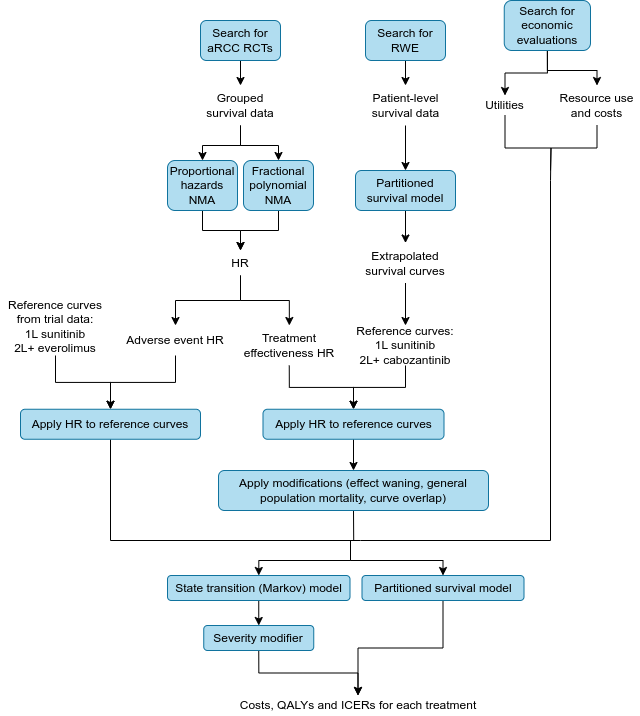
nice-digital/NICE-model-repo keeps this draw.io diagram as docs/images/detailed_overview_vertical.drawio.png. Above is the earlier version. Source tidied: cells renumbered, new cells last; positions are measured from the earlier drawing's top-left corner, leaving out a move shared by most shapes. Its diagram source:
```xml
<mxGraphModel>
  <root>
    <mxCell id="0" />
    <mxCell id="1" parent="0" />
    <mxCell id="2" style="edgeStyle=orthogonalEdgeStyle;rounded=0;jettySize=auto;html=1;exitX=0.5;exitY=1;exitDx=0;exitDy=0;entryX=0.5;entryY=0;entryDx=0;entryDy=0;" parent="1" edge="1" source="3" target="6">
      <mxGeometry relative="1" as="geometry" />
    </mxCell>
    <mxCell id="3" value="Search for aRCC RCTs" style="rounded=1;whiteSpace=wrap;html=1;fillColor=#b1ddf0;strokeColor=#10739e;" parent="1" vertex="1">
      <mxGeometry x="200" y="20" width="80" height="40" as="geometry" />
    </mxCell>
    <mxCell id="4" style="edgeStyle=orthogonalEdgeStyle;rounded=0;jettySize=auto;html=1;exitX=0.5;exitY=1;exitDx=0;exitDy=0;" parent="1" edge="1" source="6" target="8">
      <mxGeometry relative="1" as="geometry" />
    </mxCell>
    <mxCell id="5" style="edgeStyle=orthogonalEdgeStyle;rounded=0;jettySize=auto;html=1;exitX=0.5;exitY=1;exitDx=0;exitDy=0;entryX=0.5;entryY=0;entryDx=0;entryDy=0;" parent="1" edge="1" source="6" target="10">
      <mxGeometry relative="1" as="geometry" />
    </mxCell>
    <mxCell id="6" value="Grouped survival data" style="rounded=1;whiteSpace=wrap;html=1;fillColor=none;strokeColor=none;" parent="1" vertex="1">
      <mxGeometry x="195" y="85" width="90" height="40" as="geometry" />
    </mxCell>
    <mxCell id="7" style="edgeStyle=orthogonalEdgeStyle;rounded=0;jettySize=auto;html=1;exitX=0.5;exitY=1;exitDx=0;exitDy=0;" parent="1" edge="1" source="8" target="13">
      <mxGeometry relative="1" as="geometry" />
    </mxCell>
    <mxCell id="8" value="Proportional hazards NMA" style="rounded=1;whiteSpace=wrap;html=1;fillColor=#b1ddf0;strokeColor=#10739e;" parent="1" vertex="1">
      <mxGeometry x="167" y="160" width="70" height="50" as="geometry" />
    </mxCell>
    <mxCell id="9" style="edgeStyle=orthogonalEdgeStyle;rounded=0;jettySize=auto;html=1;exitX=0.5;exitY=1;exitDx=0;exitDy=0;entryX=0.5;entryY=0;entryDx=0;entryDy=0;" parent="1" edge="1" source="10" target="13">
      <mxGeometry relative="1" as="geometry" />
    </mxCell>
    <mxCell id="10" value="Fractional polynomial NMA" style="rounded=1;whiteSpace=wrap;html=1;fillColor=#b1ddf0;strokeColor=#10739e;" parent="1" vertex="1">
      <mxGeometry x="243" y="160" width="70" height="50" as="geometry" />
    </mxCell>
    <mxCell id="11" style="edgeStyle=orthogonalEdgeStyle;rounded=0;jettySize=auto;html=1;exitX=0.5;exitY=1;exitDx=0;exitDy=0;" parent="1" edge="1" source="13" target="31">
      <mxGeometry relative="1" as="geometry" />
    </mxCell>
    <mxCell id="12" style="edgeStyle=orthogonalEdgeStyle;rounded=0;jettySize=auto;html=1;exitX=0.5;exitY=1;exitDx=0;exitDy=0;" parent="1" edge="1" source="13" target="25">
      <mxGeometry relative="1" as="geometry" />
    </mxCell>
    <mxCell id="13" value="HR" style="rounded=1;whiteSpace=wrap;html=1;fillColor=none;strokeColor=none;" parent="1" vertex="1">
      <mxGeometry x="220" y="250" width="40" height="25" as="geometry" />
    </mxCell>
    <mxCell id="14" style="edgeStyle=orthogonalEdgeStyle;rounded=0;jettySize=auto;html=1;exitX=0.5;exitY=1;exitDx=0;exitDy=0;entryX=0.5;entryY=0;entryDx=0;entryDy=0;" parent="1" edge="1" source="15" target="17">
      <mxGeometry relative="1" as="geometry" />
    </mxCell>
    <mxCell id="15" value="Search for RWE" style="rounded=1;whiteSpace=wrap;html=1;fillColor=#b1ddf0;strokeColor=#10739e;" parent="1" vertex="1">
      <mxGeometry x="365" y="20" width="80" height="40" as="geometry" />
    </mxCell>
    <mxCell id="16" style="edgeStyle=orthogonalEdgeStyle;rounded=0;jettySize=auto;html=1;exitX=0.5;exitY=1;exitDx=0;exitDy=0;entryX=0.5;entryY=0;entryDx=0;entryDy=0;" parent="1" edge="1" source="17" target="19">
      <mxGeometry relative="1" as="geometry" />
    </mxCell>
    <mxCell id="17" value="Patient-level survival data" style="rounded=1;whiteSpace=wrap;html=1;fillColor=none;strokeColor=none;" parent="1" vertex="1">
      <mxGeometry x="362.5" y="85" width="85" height="40" as="geometry" />
    </mxCell>
    <mxCell id="18" style="edgeStyle=orthogonalEdgeStyle;rounded=0;jettySize=auto;html=1;exitX=0.5;exitY=1;exitDx=0;exitDy=0;" parent="1" edge="1" source="19" target="21">
      <mxGeometry relative="1" as="geometry" />
    </mxCell>
    <mxCell id="19" value="Partitioned survival model" style="rounded=1;whiteSpace=wrap;html=1;fillColor=#b1ddf0;strokeColor=#10739e;" parent="1" vertex="1">
      <mxGeometry x="355" y="170" width="100" height="40" as="geometry" />
    </mxCell>
    <mxCell id="20" style="edgeStyle=orthogonalEdgeStyle;rounded=0;jettySize=auto;html=1;exitX=0.5;exitY=1;exitDx=0;exitDy=0;entryX=0.5;entryY=0;entryDx=0;entryDy=0;" parent="1" edge="1" source="21" target="23">
      <mxGeometry relative="1" as="geometry" />
    </mxCell>
    <mxCell id="21" value="Extrapolated survival curves" style="rounded=1;whiteSpace=wrap;html=1;fillColor=none;strokeColor=none;" parent="1" vertex="1">
      <mxGeometry x="355" y="242.5" width="100" height="40" as="geometry" />
    </mxCell>
    <mxCell id="22" style="edgeStyle=orthogonalEdgeStyle;rounded=0;jettySize=auto;html=1;exitX=0.5;exitY=1;exitDx=0;exitDy=0;entryX=0.5;entryY=0;entryDx=0;entryDy=0;" parent="1" edge="1" source="23" target="27">
      <mxGeometry relative="1" as="geometry" />
    </mxCell>
    <mxCell id="23" value="Reference curves:&lt;div&gt;1L sunitinib&lt;/div&gt;&lt;div&gt;2L+ cabozantinib&lt;/div&gt;" style="rounded=1;whiteSpace=wrap;html=1;fillColor=none;strokeColor=none;" parent="1" vertex="1">
      <mxGeometry x="340" y="325" width="130" height="40" as="geometry" />
    </mxCell>
    <mxCell id="24" style="edgeStyle=orthogonalEdgeStyle;rounded=0;jettySize=auto;html=1;exitX=0.5;exitY=1;exitDx=0;exitDy=0;" parent="1" edge="1" source="25" target="27">
      <mxGeometry relative="1" as="geometry" />
    </mxCell>
    <mxCell id="25" value="Treatment effectiveness HR" style="rounded=1;whiteSpace=wrap;html=1;fillColor=none;strokeColor=none;" parent="1" vertex="1">
      <mxGeometry x="233.8" y="325" width="110" height="40" as="geometry" />
    </mxCell>
    <mxCell id="26" style="edgeStyle=orthogonalEdgeStyle;rounded=0;jettySize=auto;html=1;exitX=0.5;exitY=1;exitDx=0;exitDy=0;entryX=0.5;entryY=0;entryDx=0;entryDy=0;" parent="1" edge="1" source="27" target="29">
      <mxGeometry relative="1" as="geometry" />
    </mxCell>
    <mxCell id="27" value="Apply HR to reference curves" style="rounded=1;whiteSpace=wrap;html=1;fillColor=#b1ddf0;strokeColor=#10739e;" parent="1" vertex="1">
      <mxGeometry x="262.5" y="408.8" width="181" height="30" as="geometry" />
    </mxCell>
    <mxCell id="28" style="edgeStyle=orthogonalEdgeStyle;rounded=0;jettySize=auto;html=1;exitX=0.5;exitY=1;exitDx=0;exitDy=0;endArrow=none;endFill=0;" parent="1" edge="1" source="29">
      <mxGeometry relative="1" as="geometry">
        <mxPoint x="353.2" y="540" as="targetPoint" />
      </mxGeometry>
    </mxCell>
    <mxCell id="29" value="Apply modifications (effect waning, general population mortality, curve overlap)" style="rounded=1;whiteSpace=wrap;html=1;fillColor=#b1ddf0;strokeColor=#10739e;" parent="1" vertex="1">
      <mxGeometry x="218" y="470" width="270" height="40" as="geometry" />
    </mxCell>
    <mxCell id="30" style="edgeStyle=orthogonalEdgeStyle;rounded=0;jettySize=auto;html=1;exitX=0.5;exitY=1;exitDx=0;exitDy=0;entryX=0.5;entryY=0;entryDx=0;entryDy=0;" parent="1" edge="1" source="31" target="33">
      <mxGeometry relative="1" as="geometry" />
    </mxCell>
    <mxCell id="31" value="Adverse event HR" style="rounded=1;whiteSpace=wrap;html=1;fillColor=none;strokeColor=none;" parent="1" vertex="1">
      <mxGeometry x="120" y="325" width="110" height="30" as="geometry" />
    </mxCell>
    <mxCell id="32" style="edgeStyle=orthogonalEdgeStyle;rounded=0;jettySize=auto;html=1;exitX=0.5;exitY=1;exitDx=0;exitDy=0;endArrow=none;endFill=0;" parent="1" edge="1" source="33">
      <mxGeometry relative="1" as="geometry">
        <mxPoint x="360" y="540" as="targetPoint" />
        <Array as="points">
          <mxPoint x="110" y="540" />
        </Array>
      </mxGeometry>
    </mxCell>
    <mxCell id="33" value="Apply HR to reference curves" style="rounded=1;whiteSpace=wrap;html=1;fillColor=#b1ddf0;strokeColor=#10739e;" parent="1" vertex="1">
      <mxGeometry x="20" y="408.8" width="180" height="30" as="geometry" />
    </mxCell>
    <mxCell id="34" style="edgeStyle=orthogonalEdgeStyle;rounded=0;jettySize=auto;html=1;exitX=0.5;exitY=1;exitDx=0;exitDy=0;endArrow=none;endFill=0;" parent="1" edge="1" source="35">
      <mxGeometry relative="1" as="geometry">
        <mxPoint x="550" y="170" as="targetPoint" />
      </mxGeometry>
    </mxCell>
    <mxCell id="35" value="Resource use and costs" style="rounded=1;whiteSpace=wrap;html=1;fillColor=none;strokeColor=none;" parent="1" vertex="1">
      <mxGeometry x="554" y="85" width="85" height="40" as="geometry" />
    </mxCell>
    <mxCell id="36" style="edgeStyle=orthogonalEdgeStyle;rounded=0;jettySize=auto;html=1;exitX=0.5;exitY=1;exitDx=0;exitDy=0;entryX=0.5;entryY=0;entryDx=0;entryDy=0;" parent="1" edge="1" source="38" target="40">
      <mxGeometry relative="1" as="geometry" />
    </mxCell>
    <mxCell id="37" style="edgeStyle=orthogonalEdgeStyle;rounded=0;jettySize=auto;html=1;exitX=0.5;exitY=1;exitDx=0;exitDy=0;" parent="1" edge="1" source="38" target="35">
      <mxGeometry relative="1" as="geometry" />
    </mxCell>
    <mxCell id="38" value="Search for economic evaluations" style="rounded=1;whiteSpace=wrap;html=1;fillColor=#b1ddf0;strokeColor=#10739e;" parent="1" vertex="1">
      <mxGeometry x="503.8" width="86.2" height="50" as="geometry" />
    </mxCell>
    <mxCell id="39" style="edgeStyle=orthogonalEdgeStyle;rounded=0;jettySize=auto;html=1;exitX=0.5;exitY=1;exitDx=0;exitDy=0;endArrow=none;endFill=0;" parent="1" edge="1" source="40">
      <mxGeometry relative="1" as="geometry">
        <mxPoint x="550" y="180" as="targetPoint" />
      </mxGeometry>
    </mxCell>
    <mxCell id="40" value="Utilities" style="rounded=1;whiteSpace=wrap;html=1;fillColor=none;strokeColor=none;" parent="1" vertex="1">
      <mxGeometry x="480" y="95" width="49" height="20" as="geometry" />
    </mxCell>
    <mxCell id="41" style="edgeStyle=orthogonalEdgeStyle;rounded=0;jettySize=auto;html=1;exitX=0.5;exitY=1;exitDx=0;exitDy=0;entryX=0.5;entryY=0;entryDx=0;entryDy=0;" parent="1" edge="1" source="42" target="49">
      <mxGeometry relative="1" as="geometry" />
    </mxCell>
    <mxCell id="42" value="State transition (Markov) model" style="rounded=1;whiteSpace=wrap;html=1;fillColor=#b1ddf0;strokeColor=#10739e;" parent="1" vertex="1">
      <mxGeometry x="167" y="575" width="182.5" height="25" as="geometry" />
    </mxCell>
    <mxCell id="43" style="edgeStyle=orthogonalEdgeStyle;rounded=0;jettySize=auto;html=1;exitX=0.5;exitY=1;exitDx=0;exitDy=0;entryX=0.5;entryY=0;entryDx=0;entryDy=0;" parent="1" edge="1" source="44" target="45">
      <mxGeometry relative="1" as="geometry" />
    </mxCell>
    <mxCell id="44" value="Partitioned survival model" style="rounded=1;whiteSpace=wrap;html=1;fillColor=#b1ddf0;strokeColor=#10739e;" parent="1" vertex="1">
      <mxGeometry x="361.5" y="575" width="162" height="25" as="geometry" />
    </mxCell>
    <mxCell id="45" value="Costs, QALYs and ICERs for each treatment" style="rounded=0;whiteSpace=wrap;html=1;fillColor=none;strokeColor=none;" parent="1" vertex="1">
      <mxGeometry x="237.5" y="695" width="240" height="20" as="geometry" />
    </mxCell>
    <mxCell id="46" style="edgeStyle=orthogonalEdgeStyle;rounded=0;jettySize=auto;html=1;exitX=0.5;exitY=1;exitDx=0;exitDy=0;entryX=0.5;entryY=0;entryDx=0;entryDy=0;" parent="1" edge="1" source="47" target="33">
      <mxGeometry relative="1" as="geometry" />
    </mxCell>
    <mxCell id="47" value="Reference curves from trial data:&lt;div&gt;1L sunitinib&lt;/div&gt;&lt;div&gt;2L+ everolimus&lt;/div&gt;" style="rounded=1;whiteSpace=wrap;html=1;fillColor=none;strokeColor=none;" parent="1" vertex="1">
      <mxGeometry y="296.2" width="110" height="58.8" as="geometry" />
    </mxCell>
    <mxCell id="48" style="edgeStyle=orthogonalEdgeStyle;rounded=0;jettySize=auto;html=1;exitX=0.5;exitY=1;exitDx=0;exitDy=0;" parent="1" edge="1" source="49" target="45">
      <mxGeometry relative="1" as="geometry" />
    </mxCell>
    <mxCell id="49" value="Severity modifier" style="rounded=1;whiteSpace=wrap;html=1;fillColor=#b1ddf0;strokeColor=#10739e;" parent="1" vertex="1">
      <mxGeometry x="203.2" y="625" width="110" height="25" as="geometry" />
    </mxCell>
    <mxCell id="50" style="endArrow=none;html=1;rounded=0;edgeStyle=orthogonalEdgeStyle;endFill=0;" parent="1" edge="1">
      <mxGeometry relative="1" as="geometry">
        <mxPoint x="550" y="180" as="sourcePoint" />
        <mxPoint x="360" y="540" as="targetPoint" />
        <Array as="points">
          <mxPoint x="550" y="540" />
        </Array>
      </mxGeometry>
    </mxCell>
    <mxCell id="51" style="endArrow=classic;html=1;rounded=0;entryX=0.5;entryY=0;entryDx=0;entryDy=0;edgeStyle=orthogonalEdgeStyle;" parent="1" edge="1" target="42">
      <mxGeometry relative="1" as="geometry">
        <mxPoint x="350" y="540" as="sourcePoint" />
        <Array as="points">
          <mxPoint x="350" y="560" />
          <mxPoint x="258" y="560" />
        </Array>
      </mxGeometry>
    </mxCell>
    <mxCell id="52" style="endArrow=classic;html=1;rounded=0;entryX=0.5;entryY=0;entryDx=0;entryDy=0;edgeStyle=orthogonalEdgeStyle;" parent="1" edge="1" target="44">
      <mxGeometry relative="1" as="geometry">
        <mxPoint x="350" y="540" as="sourcePoint" />
        <Array as="points">
          <mxPoint x="350" y="560" />
          <mxPoint x="443" y="560" />
        </Array>
      </mxGeometry>
    </mxCell>
  </root>
</mxGraphModel>
```
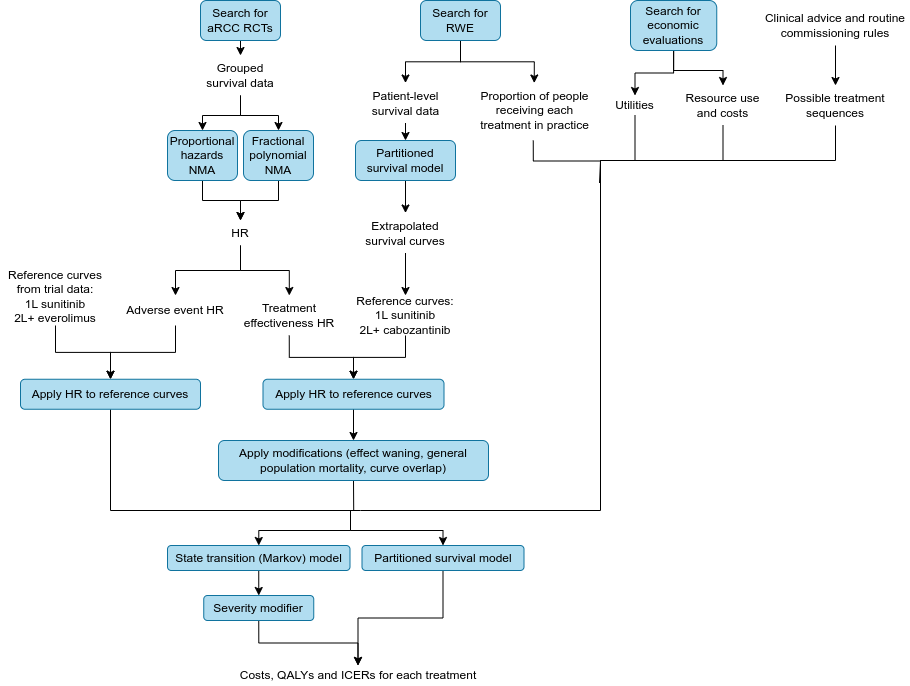
After the change.

Commit message:
docs(diagrams): updated the overview diagrams

Diff of the diagram source:
```diff
@@ -6,7 +6,7 @@
       <mxGeometry relative="1" as="geometry" />
     </mxCell>
     <mxCell id="3" value="Search for aRCC RCTs" style="rounded=1;whiteSpace=wrap;html=1;fillColor=#b1ddf0;strokeColor=#10739e;" parent="1" vertex="1">
-      <mxGeometry x="200" y="20" width="80" height="40" as="geometry" />
+      <mxGeometry x="200" y="30" width="80" height="40" as="geometry" />
     </mxCell>
     <mxCell id="4" style="edgeStyle=orthogonalEdgeStyle;rounded=0;jettySize=auto;html=1;exitX=0.5;exitY=1;exitDx=0;exitDy=0;" parent="1" edge="1" source="6" target="8">
       <mxGeometry relative="1" as="geometry" />
@@ -41,14 +41,17 @@
     <mxCell id="14" style="edgeStyle=orthogonalEdgeStyle;rounded=0;jettySize=auto;html=1;exitX=0.5;exitY=1;exitDx=0;exitDy=0;entryX=0.5;entryY=0;entryDx=0;entryDy=0;" parent="1" edge="1" source="15" target="17">
       <mxGeometry relative="1" as="geometry" />
     </mxCell>
+    <mxCell id="53" style="edgeStyle=orthogonalEdgeStyle;rounded=0;jettySize=auto;html=1;exitX=0.5;exitY=1;exitDx=0;exitDy=0;entryX=0.5;entryY=0;entryDx=0;entryDy=0;" parent="1" edge="1" source="15" target="57">
+      <mxGeometry relative="1" as="geometry" />
+    </mxCell>
     <mxCell id="15" value="Search for RWE" style="rounded=1;whiteSpace=wrap;html=1;fillColor=#b1ddf0;strokeColor=#10739e;" parent="1" vertex="1">
-      <mxGeometry x="365" y="20" width="80" height="40" as="geometry" />
+      <mxGeometry x="420" y="30" width="80" height="40" as="geometry" />
     </mxCell>
     <mxCell id="16" style="edgeStyle=orthogonalEdgeStyle;rounded=0;jettySize=auto;html=1;exitX=0.5;exitY=1;exitDx=0;exitDy=0;entryX=0.5;entryY=0;entryDx=0;entryDy=0;" parent="1" edge="1" source="17" target="19">
       <mxGeometry relative="1" as="geometry" />
     </mxCell>
     <mxCell id="17" value="Patient-level survival data" style="rounded=1;whiteSpace=wrap;html=1;fillColor=none;strokeColor=none;" parent="1" vertex="1">
-      <mxGeometry x="362.5" y="85" width="85" height="40" as="geometry" />
+      <mxGeometry x="362.5" y="112.5" width="85" height="40" as="geometry" />
     </mxCell>
     <mxCell id="18" style="edgeStyle=orthogonalEdgeStyle;rounded=0;jettySize=auto;html=1;exitX=0.5;exitY=1;exitDx=0;exitDy=0;" parent="1" edge="1" source="19" target="21">
       <mxGeometry relative="1" as="geometry" />
@@ -105,13 +108,16 @@
     <mxCell id="33" value="Apply HR to reference curves" style="rounded=1;whiteSpace=wrap;html=1;fillColor=#b1ddf0;strokeColor=#10739e;" parent="1" vertex="1">
       <mxGeometry x="20" y="408.8" width="180" height="30" as="geometry" />
     </mxCell>
-    <mxCell id="34" style="edgeStyle=orthogonalEdgeStyle;rounded=0;jettySize=auto;html=1;exitX=0.5;exitY=1;exitDx=0;exitDy=0;endArrow=none;endFill=0;" parent="1" edge="1" source="35">
-      <mxGeometry relative="1" as="geometry">
-        <mxPoint x="550" y="170" as="targetPoint" />
-      </mxGeometry>
-    </mxCell>
+    <mxCell id="54" style="edgeStyle=orthogonalEdgeStyle;rounded=0;jettySize=auto;html=1;exitX=0.5;exitY=1;exitDx=0;exitDy=0;endArrow=none;endFill=0;" parent="1" edge="1" source="35">
+      <mxGeometry relative="1" as="geometry">
+        <mxPoint x="600" y="190" as="targetPoint" />
+        <Array as="points">
+          <mxPoint x="723" y="190" />
+        </Array>
+      </mxGeometry>
+    </mxCell>
     <mxCell id="35" value="Resource use and costs" style="rounded=1;whiteSpace=wrap;html=1;fillColor=none;strokeColor=none;" parent="1" vertex="1">
-      <mxGeometry x="554" y="85" width="85" height="40" as="geometry" />
+      <mxGeometry x="680" y="115" width="85" height="40" as="geometry" />
     </mxCell>
     <mxCell id="36" style="edgeStyle=orthogonalEdgeStyle;rounded=0;jettySize=auto;html=1;exitX=0.5;exitY=1;exitDx=0;exitDy=0;entryX=0.5;entryY=0;entryDx=0;entryDy=0;" parent="1" edge="1" source="38" target="40">
       <mxGeometry relative="1" as="geometry" />
@@ -120,15 +126,18 @@
       <mxGeometry relative="1" as="geometry" />
     </mxCell>
     <mxCell id="38" value="Search for economic evaluations" style="rounded=1;whiteSpace=wrap;html=1;fillColor=#b1ddf0;strokeColor=#10739e;" parent="1" vertex="1">
-      <mxGeometry x="503.8" width="86.2" height="50" as="geometry" />
+      <mxGeometry x="630" y="30" width="86.2" height="50" as="geometry" />
     </mxCell>
-    <mxCell id="39" style="edgeStyle=orthogonalEdgeStyle;rounded=0;jettySize=auto;html=1;exitX=0.5;exitY=1;exitDx=0;exitDy=0;endArrow=none;endFill=0;" parent="1" edge="1" source="40">
-      <mxGeometry relative="1" as="geometry">
-        <mxPoint x="550" y="180" as="targetPoint" />
-      </mxGeometry>
-    </mxCell>
+    <mxCell id="55" style="edgeStyle=orthogonalEdgeStyle;rounded=0;jettySize=auto;html=1;exitX=0.5;exitY=1;exitDx=0;exitDy=0;endArrow=none;endFill=0;" parent="1" edge="1" source="40">
+      <mxGeometry relative="1" as="geometry">
+        <mxPoint x="600" y="190" as="targetPoint" />
+        <Array as="points">
+          <mxPoint x="635" y="190" />
+        </Array>
+      </mxGeometry>
+    </mxCell>
     <mxCell id="40" value="Utilities" style="rounded=1;whiteSpace=wrap;html=1;fillColor=none;strokeColor=none;" parent="1" vertex="1">
-      <mxGeometry x="480" y="95" width="49" height="20" as="geometry" />
+      <mxGeometry x="610" y="125" width="49" height="20" as="geometry" />
     </mxCell>
     <mxCell id="41" style="edgeStyle=orthogonalEdgeStyle;rounded=0;jettySize=auto;html=1;exitX=0.5;exitY=1;exitDx=0;exitDy=0;entryX=0.5;entryY=0;entryDx=0;entryDy=0;" parent="1" edge="1" source="42" target="49">
       <mxGeometry relative="1" as="geometry" />
@@ -159,10 +168,10 @@
     </mxCell>
     <mxCell id="50" style="endArrow=none;html=1;rounded=0;edgeStyle=orthogonalEdgeStyle;endFill=0;" parent="1" edge="1">
       <mxGeometry relative="1" as="geometry">
-        <mxPoint x="550" y="180" as="sourcePoint" />
+        <mxPoint x="610" y="190" as="sourcePoint" />
         <mxPoint x="360" y="540" as="targetPoint" />
         <Array as="points">
-          <mxPoint x="550" y="540" />
+          <mxPoint x="600" y="540" />
         </Array>
       </mxGeometry>
     </mxCell>
@@ -184,5 +193,35 @@
         </Array>
       </mxGeometry>
     </mxCell>
+    <mxCell id="56" style="edgeStyle=orthogonalEdgeStyle;rounded=0;orthogonalLoop=1;jettySize=auto;html=1;exitX=0.5;exitY=1;exitDx=0;exitDy=0;endArrow=none;endFill=0;" parent="1" edge="1">
+      <mxGeometry relative="1" as="geometry">
+        <mxPoint x="532.8" y="170" as="sourcePoint" />
+        <mxPoint x="599" y="212.5" as="targetPoint" />
+        <Array as="points">
+          <mxPoint x="533" y="190.5" />
+          <mxPoint x="600" y="190.5" />
+        </Array>
+      </mxGeometry>
+    </mxCell>
+    <mxCell id="57" value="Proportion of people receiving each treatment in practice" style="rounded=1;whiteSpace=wrap;html=1;fillColor=none;strokeColor=none;" parent="1" vertex="1">
+      <mxGeometry x="477.5" y="112.5" width="112.5" height="55" as="geometry" />
+    </mxCell>
+    <mxCell id="58" style="edgeStyle=orthogonalEdgeStyle;rounded=0;jettySize=auto;html=1;exitX=0.5;exitY=1;exitDx=0;exitDy=0;endArrow=none;endFill=0;" parent="1" edge="1" source="59">
+      <mxGeometry relative="1" as="geometry">
+        <mxPoint x="720" y="190" as="targetPoint" />
+        <Array as="points">
+          <mxPoint x="835" y="190" />
+        </Array>
+      </mxGeometry>
+    </mxCell>
+    <mxCell id="59" value="Possible treatment sequences" style="rounded=1;whiteSpace=wrap;html=1;fillColor=none;strokeColor=none;" parent="1" vertex="1">
+      <mxGeometry x="780" y="115" width="110" height="40" as="geometry" />
+    </mxCell>
+    <mxCell id="60" style="edgeStyle=orthogonalEdgeStyle;rounded=0;jettySize=auto;html=1;exitX=0.5;exitY=1;exitDx=0;exitDy=0;entryX=0.5;entryY=0;entryDx=0;entryDy=0;" parent="1" edge="1" source="61" target="59">
+      <mxGeometry relative="1" as="geometry" />
+    </mxCell>
+    <mxCell id="61" value="Clinical advice and routine commissioning rules" style="rounded=1;whiteSpace=wrap;html=1;fillColor=none;strokeColor=none;" parent="1" vertex="1">
+      <mxGeometry x="760" y="35" width="150" height="40" as="geometry" />
+    </mxCell>
   </root>
 </mxGraphModel>
```
